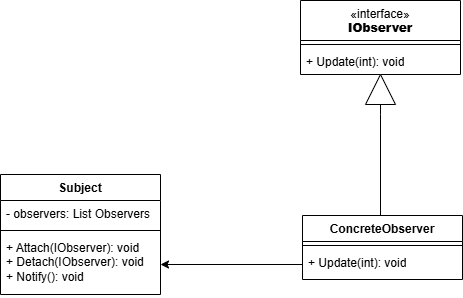
Earlier version of the draw.io export ObserverPattern.drawio.png (PauloCapelos/ObserverPattern). Source tidied: cells renumbered, new cells last; positions are measured from the earlier drawing's top-left corner, leaving out a move shared by most shapes. Source of this version:
```xml
<mxGraphModel>
  <root>
    <mxCell id="0" />
    <mxCell id="1" parent="0" />
    <mxCell id="2" style="endArrow=none;html=1;rounded=0;align=center;verticalAlign=bottom;labelBackgroundColor=none;exitX=1;exitY=0.5;exitDx=0;exitDy=0;fontColor=#FFFFFF;labelBorderColor=none;strokeColor=#FFFFFF;fillColor=#fff2cc;" parent="1" edge="1">
      <mxGeometry relative="1" as="geometry">
        <mxPoint x="80" y="103" as="sourcePoint" />
        <mxPoint x="80" y="103" as="targetPoint" />
      </mxGeometry>
    </mxCell>
    <mxCell id="3" style="endArrow=none;html=1;rounded=0;exitX=0.5;exitY=0;exitDx=0;exitDy=0;labelBorderColor=none;fontColor=#FFFFFF;strokeColor=#FFFFFF;fillColor=#fff2cc;" parent="1" edge="1">
      <mxGeometry relative="1" as="geometry">
        <mxPoint x="42" y="248" as="sourcePoint" />
        <mxPoint x="35.2" y="254" as="targetPoint" />
      </mxGeometry>
    </mxCell>
    <mxCell id="4" value="Subject" style="swimlane;fontStyle=1;align=center;verticalAlign=top;horizontal=1;startSize=26;whiteSpace=wrap;html=1;" parent="1" vertex="1">
      <mxGeometry y="174" width="160" height="120" as="geometry" />
    </mxCell>
    <mxCell id="5" value="- observers: List Observers" style="text;strokeColor=none;fillColor=none;align=left;verticalAlign=top;spacingLeft=4;spacingRight=4;overflow=hidden;whiteSpace=wrap;html=1;" parent="4" vertex="1">
      <mxGeometry y="26" width="160" height="26" as="geometry" />
    </mxCell>
    <mxCell id="6" style="line;strokeWidth=1;fillColor=none;align=left;verticalAlign=middle;spacingTop=-1;spacingLeft=3;spacingRight=3;labelPosition=right;strokeColor=inherit;" parent="4" vertex="1">
      <mxGeometry y="52" width="160" height="8" as="geometry" />
    </mxCell>
    <mxCell id="7" value="+ Attach(IObserver): void&lt;div&gt;+ Detach(IObserver): void&lt;/div&gt;&lt;div&gt;+ Notify(): void&lt;/div&gt;" style="text;strokeColor=none;fillColor=none;align=left;verticalAlign=top;spacingLeft=4;spacingRight=4;overflow=hidden;points=[[0,0.5],[1,0.5]];portConstraint=eastwest;whiteSpace=wrap;html=1;" parent="4" vertex="1">
      <mxGeometry y="60" width="160" height="60" as="geometry" />
    </mxCell>
    <mxCell id="8" value="&lt;span style=&quot;font-weight: 400;&quot;&gt;«interface»&lt;/span&gt;&lt;br style=&quot;font-weight: 400;&quot;&gt;&lt;b&gt;IObserver&lt;/b&gt;" style="swimlane;fontStyle=1;align=center;verticalAlign=top;horizontal=1;startSize=40;whiteSpace=wrap;html=1;" parent="1" vertex="1">
      <mxGeometry x="300" width="160" height="74" as="geometry" />
    </mxCell>
    <mxCell id="9" style="line;strokeWidth=1;fillColor=none;align=left;verticalAlign=middle;spacingTop=-1;spacingLeft=3;spacingRight=3;labelPosition=right;strokeColor=inherit;" parent="8" vertex="1">
      <mxGeometry y="40" width="160" height="8" as="geometry" />
    </mxCell>
    <mxCell id="10" value="+ Update(int): void" style="text;strokeColor=none;fillColor=none;align=left;verticalAlign=top;spacingLeft=4;spacingRight=4;overflow=hidden;whiteSpace=wrap;html=1;" parent="8" vertex="1">
      <mxGeometry y="48" width="160" height="26" as="geometry" />
    </mxCell>
    <mxCell id="11" value="ConcreteObserver" style="swimlane;fontStyle=1;align=center;verticalAlign=top;horizontal=1;startSize=26;whiteSpace=wrap;html=1;" parent="1" vertex="1">
      <mxGeometry x="302" y="215" width="160" height="64" as="geometry" />
    </mxCell>
    <mxCell id="12" style="line;strokeWidth=1;fillColor=none;align=left;verticalAlign=middle;spacingTop=-1;spacingLeft=3;spacingRight=3;labelPosition=right;strokeColor=inherit;" parent="11" vertex="1">
      <mxGeometry y="26" width="160" height="8" as="geometry" />
    </mxCell>
    <mxCell id="13" value="+ Update(int): void&lt;div&gt;&lt;br&gt;&lt;/div&gt;" style="text;strokeColor=none;fillColor=none;align=left;verticalAlign=top;spacingLeft=4;spacingRight=4;overflow=hidden;points=[[0,0.5],[1,0.5]];portConstraint=eastwest;whiteSpace=wrap;html=1;" parent="11" vertex="1">
      <mxGeometry y="34" width="160" height="30" as="geometry" />
    </mxCell>
    <mxCell id="14" style="edgeStyle=orthogonalEdgeStyle;rounded=0;jettySize=auto;html=1;exitX=0.5;exitY=0;exitDx=0;exitDy=0;entryX=0;entryY=0.5;entryDx=0;entryDy=0;shape=wire;dashed=1;fillColor=none;strokeColor=default;endArrow=none;endFill=0;" parent="1" edge="1" source="11" target="15">
      <mxGeometry relative="1" as="geometry">
        <Array as="points">
          <mxPoint x="380" y="114" />
          <mxPoint x="380" y="114" />
        </Array>
      </mxGeometry>
    </mxCell>
    <mxCell id="15" style="triangle;whiteSpace=wrap;html=1;rotation=-90;" parent="1" vertex="1">
      <mxGeometry x="365" y="74" width="30" height="30" as="geometry" />
    </mxCell>
    <mxCell id="16" style="edgeStyle=orthogonalEdgeStyle;rounded=0;jettySize=auto;html=1;exitX=0;exitY=0.5;exitDx=0;exitDy=0;entryX=1;entryY=0.5;entryDx=0;entryDy=0;" parent="1" edge="1" source="13" target="7">
      <mxGeometry relative="1" as="geometry" />
    </mxCell>
  </root>
</mxGraphModel>
```
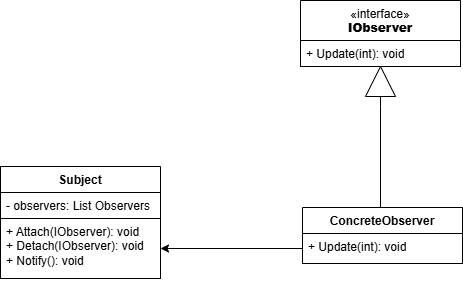
After the commit.

Commit message:
Update Observer Pattern UML

Change to the diagram source:
```diff
@@ -15,34 +15,25 @@
       </mxGeometry>
     </mxCell>
     <mxCell id="4" value="Subject" style="swimlane;fontStyle=1;align=center;verticalAlign=top;horizontal=1;startSize=26;whiteSpace=wrap;html=1;" parent="1" vertex="1">
-      <mxGeometry y="174" width="160" height="120" as="geometry" />
+      <mxGeometry y="174" width="160" height="112" as="geometry" />
     </mxCell>
-    <mxCell id="5" value="- observers: List Observers" style="text;strokeColor=none;fillColor=none;align=left;verticalAlign=top;spacingLeft=4;spacingRight=4;overflow=hidden;whiteSpace=wrap;html=1;" parent="4" vertex="1">
+    <mxCell id="5" value="- observers: List Observers" style="text;strokeColor=default;fillColor=default;align=left;verticalAlign=top;spacingLeft=4;spacingRight=4;overflow=hidden;whiteSpace=wrap;html=1;" parent="4" vertex="1">
       <mxGeometry y="26" width="160" height="26" as="geometry" />
     </mxCell>
-    <mxCell id="6" style="line;strokeWidth=1;fillColor=none;align=left;verticalAlign=middle;spacingTop=-1;spacingLeft=3;spacingRight=3;labelPosition=right;strokeColor=inherit;" parent="4" vertex="1">
-      <mxGeometry y="52" width="160" height="8" as="geometry" />
-    </mxCell>
-    <mxCell id="7" value="+ Attach(IObserver): void&lt;div&gt;+ Detach(IObserver): void&lt;/div&gt;&lt;div&gt;+ Notify(): void&lt;/div&gt;" style="text;strokeColor=none;fillColor=none;align=left;verticalAlign=top;spacingLeft=4;spacingRight=4;overflow=hidden;points=[[0,0.5],[1,0.5]];portConstraint=eastwest;whiteSpace=wrap;html=1;" parent="4" vertex="1">
-      <mxGeometry y="60" width="160" height="60" as="geometry" />
+    <mxCell id="7" value="+ Attach(IObserver): void&lt;div&gt;+ Detach(IObserver): void&lt;/div&gt;&lt;div&gt;+ Notify(): void&lt;/div&gt;" style="text;strokeColor=default;fillColor=default;align=left;verticalAlign=top;spacingLeft=4;spacingRight=4;overflow=hidden;points=[[0,0.5],[1,0.5]];portConstraint=eastwest;whiteSpace=wrap;html=1;" parent="4" vertex="1">
+      <mxGeometry y="52" width="160" height="60" as="geometry" />
     </mxCell>
-    <mxCell id="8" value="&lt;span style=&quot;font-weight: 400;&quot;&gt;«interface»&lt;/span&gt;&lt;br style=&quot;font-weight: 400;&quot;&gt;&lt;b&gt;IObserver&lt;/b&gt;" style="swimlane;fontStyle=1;align=center;verticalAlign=top;horizontal=1;startSize=40;whiteSpace=wrap;html=1;" parent="1" vertex="1">
-      <mxGeometry x="300" width="160" height="74" as="geometry" />
+    <mxCell id="8" value="&lt;span style=&quot;font-weight: 400;&quot;&gt;«interface»&lt;/span&gt;&lt;br style=&quot;font-weight: 400;&quot;&gt;&lt;b&gt;IObserver&lt;/b&gt;" style="swimlane;fontStyle=1;align=center;verticalAlign=top;horizontal=1;startSize=40;whiteSpace=wrap;html=1;fillColor=#FFFFFF;" parent="1" vertex="1">
+      <mxGeometry x="300" y="8" width="160" height="66" as="geometry" />
     </mxCell>
-    <mxCell id="9" style="line;strokeWidth=1;fillColor=none;align=left;verticalAlign=middle;spacingTop=-1;spacingLeft=3;spacingRight=3;labelPosition=right;strokeColor=inherit;" parent="8" vertex="1">
-      <mxGeometry y="40" width="160" height="8" as="geometry" />
-    </mxCell>
-    <mxCell id="10" value="+ Update(int): void" style="text;strokeColor=none;fillColor=none;align=left;verticalAlign=top;spacingLeft=4;spacingRight=4;overflow=hidden;whiteSpace=wrap;html=1;" parent="8" vertex="1">
-      <mxGeometry y="48" width="160" height="26" as="geometry" />
+    <mxCell id="10" value="+ Update(int): void" style="text;strokeColor=default;fillColor=#FFFFFF;align=left;verticalAlign=top;spacingLeft=4;spacingRight=4;overflow=hidden;whiteSpace=wrap;html=1;gradientColor=none;" parent="8" vertex="1">
+      <mxGeometry y="40" width="160" height="26" as="geometry" />
     </mxCell>
     <mxCell id="11" value="ConcreteObserver" style="swimlane;fontStyle=1;align=center;verticalAlign=top;horizontal=1;startSize=26;whiteSpace=wrap;html=1;" parent="1" vertex="1">
-      <mxGeometry x="302" y="215" width="160" height="64" as="geometry" />
+      <mxGeometry x="302" y="215" width="160" height="56" as="geometry" />
     </mxCell>
-    <mxCell id="12" style="line;strokeWidth=1;fillColor=none;align=left;verticalAlign=middle;spacingTop=-1;spacingLeft=3;spacingRight=3;labelPosition=right;strokeColor=inherit;" parent="11" vertex="1">
-      <mxGeometry y="26" width="160" height="8" as="geometry" />
-    </mxCell>
-    <mxCell id="13" value="+ Update(int): void&lt;div&gt;&lt;br&gt;&lt;/div&gt;" style="text;strokeColor=none;fillColor=none;align=left;verticalAlign=top;spacingLeft=4;spacingRight=4;overflow=hidden;points=[[0,0.5],[1,0.5]];portConstraint=eastwest;whiteSpace=wrap;html=1;" parent="11" vertex="1">
-      <mxGeometry y="34" width="160" height="30" as="geometry" />
+    <mxCell id="13" value="+ Update(int): void&lt;div&gt;&lt;br&gt;&lt;/div&gt;" style="text;align=left;verticalAlign=top;spacingLeft=4;spacingRight=4;overflow=hidden;points=[[0,0.5],[1,0.5]];portConstraint=eastwest;whiteSpace=wrap;html=1;fillColor=default;strokeColor=default;" parent="11" vertex="1">
+      <mxGeometry y="26" width="160" height="30" as="geometry" />
     </mxCell>
     <mxCell id="14" style="edgeStyle=orthogonalEdgeStyle;rounded=0;jettySize=auto;html=1;exitX=0.5;exitY=0;exitDx=0;exitDy=0;entryX=0;entryY=0.5;entryDx=0;entryDy=0;shape=wire;dashed=1;fillColor=none;strokeColor=default;endArrow=none;endFill=0;" parent="1" edge="1" source="11" target="15">
       <mxGeometry relative="1" as="geometry">
```
